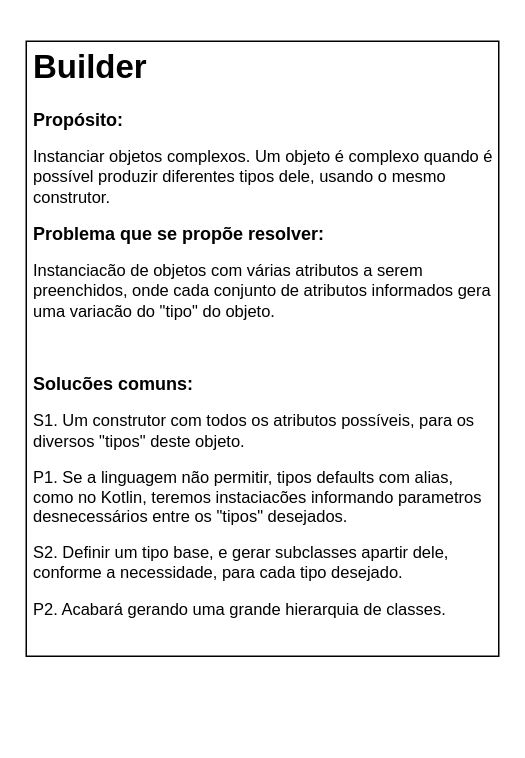
bcmes/diagrams keeps this draw.io diagram as page "Builder" (3 of 3) of Design Patterns.drawio. Above is the earlier version. Source tidied: cells renumbered, new cells numbered last; positions are measured from the earlier drawing's top-left corner, leaving out a move shared by most shapes. Both pictures are drawn from the tidied source at 150%, with x=0, y=0 at pixel (26, 40).
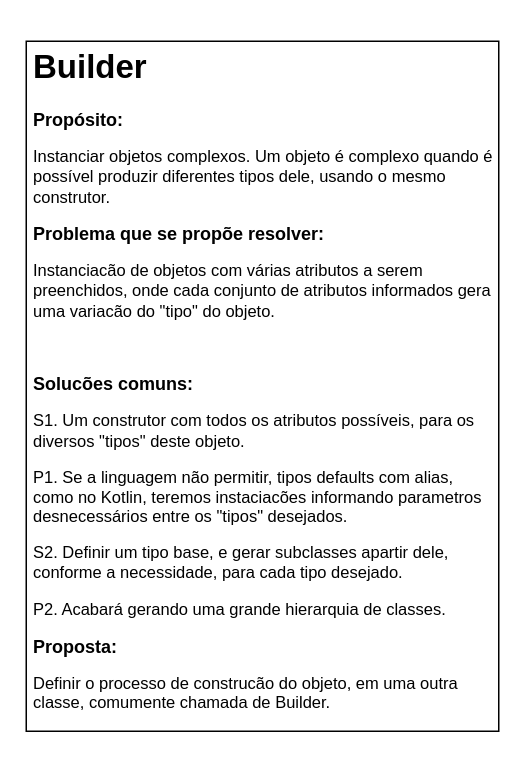
The same diagram, later.

Change to the diagram source:
```diff
@@
 <mxGraphModel>
   <root>
     <mxCell id="0" />
     <mxCell id="1" parent="0" />
-    <mxCell id="2" value="&lt;h1&gt;Builder&lt;/h1&gt;&lt;p&gt;&lt;font style=&quot;font-size: 12px;&quot;&gt;&lt;b&gt;Propósito:&lt;/b&gt;&lt;/font&gt;&lt;/p&gt;&lt;p&gt;Instanciar objetos complexos. Um objeto é complexo quando é possível produzir diferentes tipos dele, usando o mesmo construtor.&lt;/p&gt;&lt;p&gt;&lt;b&gt;&lt;font style=&quot;font-size: 12px;&quot;&gt;Problema que se propõe resolver:&lt;/font&gt;&lt;/b&gt;&lt;/p&gt;&lt;p&gt;Instanciacão de objetos com várias atributos a serem preenchidos, onde cada conjunto de atributos informados gera uma variacão do &quot;tipo&quot; do objeto.&lt;/p&gt;&lt;p&gt;&lt;br&gt;&lt;/p&gt;&lt;p&gt;&lt;b&gt;&lt;font style=&quot;font-size: 12px;&quot;&gt;Solucões comuns:&lt;/font&gt;&lt;/b&gt;&lt;/p&gt;&lt;p&gt;S1. Um construtor com todos os atributos possíveis, para os diversos &quot;tipos&quot; deste objeto.&lt;/p&gt;&lt;p&gt;P1. Se a linguagem não permitir, tipos defaults com alias, como no Kotlin, teremos instaciacões informando parametros desnecessários entre os &quot;tipos&quot; desejados.&lt;/p&gt;&lt;p&gt;S2. Definir um tipo base, e gerar subclasses apartir dele, conforme a necessidade, para cada tipo desejado.&lt;/p&gt;&lt;p&gt;P2. Acabará gerando uma grande hierarquia de classes.&lt;br&gt;&lt;/p&gt;" style="text;html=1;strokeColor=#000000;fillColor=none;spacing=5;spacingTop=-20;whiteSpace=wrap;overflow=hidden;rounded=0;fontSize=11;fontColor=#000000;" parent="1" vertex="1">
-      <mxGeometry width="315" height="410" as="geometry" />
+    <mxCell id="2" value="&lt;h1&gt;Builder&lt;/h1&gt;&lt;p&gt;&lt;font style=&quot;font-size: 12px;&quot;&gt;&lt;b&gt;Propósito:&lt;/b&gt;&lt;/font&gt;&lt;/p&gt;&lt;p&gt;Instanciar objetos complexos. Um objeto é complexo quando é possível produzir diferentes tipos dele, usando o mesmo construtor.&lt;/p&gt;&lt;p&gt;&lt;b&gt;&lt;font style=&quot;font-size: 12px;&quot;&gt;Problema que se propõe resolver:&lt;/font&gt;&lt;/b&gt;&lt;/p&gt;&lt;p&gt;Instanciacão de objetos com várias atributos a serem preenchidos, onde cada conjunto de atributos informados gera uma variacão do &quot;tipo&quot; do objeto.&lt;/p&gt;&lt;p&gt;&lt;br&gt;&lt;/p&gt;&lt;p&gt;&lt;b&gt;&lt;font style=&quot;font-size: 12px;&quot;&gt;Solucões comuns:&lt;/font&gt;&lt;/b&gt;&lt;/p&gt;&lt;p&gt;S1. Um construtor com todos os atributos possíveis, para os diversos &quot;tipos&quot; deste objeto.&lt;/p&gt;&lt;p&gt;P1. Se a linguagem não permitir, tipos defaults com alias, como no Kotlin, teremos instaciacões informando parametros desnecessários entre os &quot;tipos&quot; desejados.&lt;/p&gt;&lt;p&gt;S2. Definir um tipo base, e gerar subclasses apartir dele, conforme a necessidade, para cada tipo desejado.&lt;/p&gt;&lt;p&gt;P2. Acabará gerando uma grande hierarquia de classes.&lt;/p&gt;&lt;p&gt;&lt;b&gt;&lt;font style=&quot;font-size: 12px;&quot;&gt;Proposta:&lt;/font&gt;&lt;/b&gt;&lt;/p&gt;&lt;p&gt;Definir o processo de construcão do objeto, em uma outra classe, comumente chamada de Builder.&lt;br&gt;&lt;/p&gt;" style="text;html=1;strokeColor=#000000;fillColor=none;spacing=5;spacingTop=-20;whiteSpace=wrap;overflow=hidden;rounded=0;fontSize=11;fontColor=#000000;" parent="1" vertex="1">
+      <mxGeometry width="315" height="460" as="geometry" />
     </mxCell>
   </root>
 </mxGraphModel>
```
